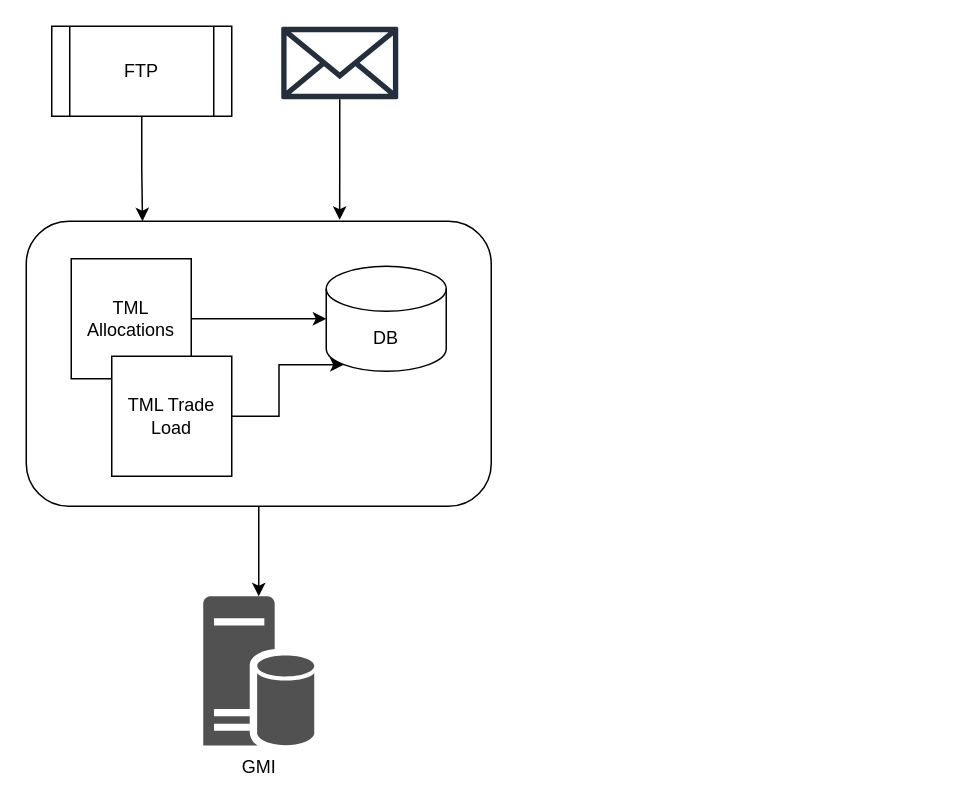
The draw.io diagram FOMiddleOffice.drawio in yalankar/yalankar, before the edit. Source tidied: cells renumbered, new cells numbered last; positions are measured from the earlier drawing's top-left corner, leaving out a move shared by most shapes. Both pictures are drawn from the tidied source at 150%, with x=0, y=0 at pixel (26, 26).
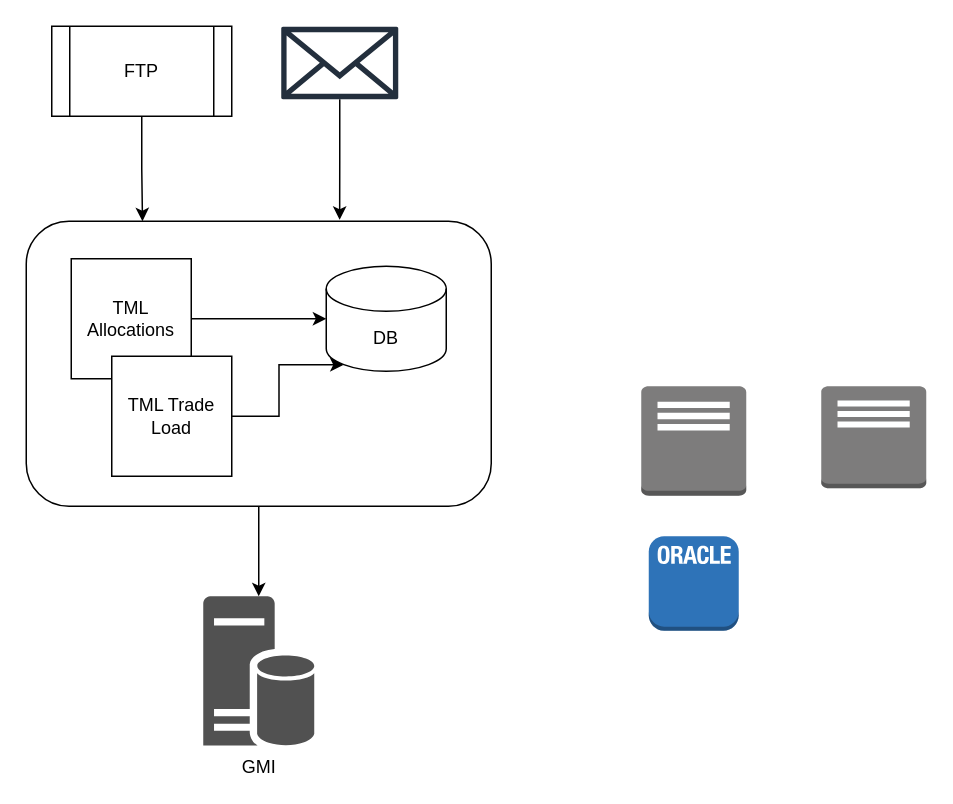
After the change.

The edit, as a diff of the source:
```diff
@@
 <mxGraphModel>
   <root>
     <mxCell id="0" />
     <mxCell id="1" parent="0" />
     <mxCell id="2" style="edgeStyle=orthogonalEdgeStyle;rounded=0;jettySize=auto;html=1;" parent="1" edge="1" source="3" target="13">
       <mxGeometry relative="1" as="geometry" />
     </mxCell>
     <mxCell id="3" style="rounded=1;whiteSpace=wrap;html=1;" parent="1" vertex="1">
       <mxGeometry y="130" width="310" height="190" as="geometry" />
     </mxCell>
     <mxCell id="4" style="edgeStyle=orthogonalEdgeStyle;rounded=0;jettySize=auto;html=1;" parent="1" edge="1" source="5" target="8">
       <mxGeometry relative="1" as="geometry" />
     </mxCell>
     <mxCell id="5" value="TML Allocations" style="whiteSpace=wrap;html=1;" parent="1" vertex="1">
       <mxGeometry x="30" y="155" width="80" height="80" as="geometry" />
     </mxCell>
     <mxCell id="6" style="edgeStyle=orthogonalEdgeStyle;rounded=0;jettySize=auto;html=1;entryX=0.145;entryY=1;entryDx=0;entryDy=-4.35;entryPerimeter=0;" parent="1" edge="1" source="7" target="8">
       <mxGeometry relative="1" as="geometry" />
     </mxCell>
     <mxCell id="7" value="TML Trade Load" style="whiteSpace=wrap;html=1;" parent="1" vertex="1">
       <mxGeometry x="57" y="220" width="80" height="80" as="geometry" />
     </mxCell>
     <mxCell id="8" value="DB" style="shape=cylinder3;whiteSpace=wrap;html=1;boundedLbl=1;backgroundOutline=1;size=15;" parent="1" vertex="1">
       <mxGeometry x="200" y="160" width="80" height="70" as="geometry" />
     </mxCell>
     <mxCell id="9" style="edgeStyle=orthogonalEdgeStyle;rounded=0;jettySize=auto;html=1;entryX=0.25;entryY=0;entryDx=0;entryDy=0;" parent="1" edge="1" source="10" target="3">
       <mxGeometry relative="1" as="geometry" />
     </mxCell>
     <mxCell id="10" value="FTP" style="shape=process;whiteSpace=wrap;html=1;backgroundOutline=1;" parent="1" vertex="1">
       <mxGeometry x="17" width="120" height="60" as="geometry" />
     </mxCell>
     <mxCell id="11" style="edgeStyle=orthogonalEdgeStyle;rounded=0;jettySize=auto;html=1;entryX=0.674;entryY=-0.005;entryDx=0;entryDy=0;entryPerimeter=0;" parent="1" edge="1" source="12" target="3">
       <mxGeometry relative="1" as="geometry" />
     </mxCell>
     <mxCell id="12" style="sketch=0;outlineConnect=0;fontColor=#232F3E;gradientColor=none;fillColor=#232F3D;strokeColor=none;dashed=0;verticalLabelPosition=bottom;verticalAlign=top;align=center;html=1;fontSize=12;fontStyle=0;shape=mxgraph.aws4.email_2;" parent="1" vertex="1">
       <mxGeometry x="170" width="78" height="49" as="geometry" />
     </mxCell>
     <mxCell id="13" value="GMI" style="sketch=0;shadow=0;dashed=0;html=1;strokeColor=none;labelPosition=center;verticalLabelPosition=bottom;verticalAlign=top;align=center;fillColor=#515151;shape=mxgraph.mscae.enterprise.database_server;" parent="1" vertex="1">
       <mxGeometry x="118" y="380" width="74" height="100" as="geometry" />
     </mxCell>
+    <mxCell id="14" style="dashed=0;verticalLabelPosition=bottom;verticalAlign=top;align=center;html=1;shape=mxgraph.aws3.traditional_server;fillColor=#7D7C7C;gradientColor=none;" parent="1" vertex="1">
+      <mxGeometry x="410" y="240" width="70" height="73" as="geometry" />
+    </mxCell>
+    <mxCell id="15" style="dashed=0;verticalLabelPosition=bottom;verticalAlign=top;align=center;html=1;shape=mxgraph.aws3.traditional_server;fillColor=#7D7C7C;gradientColor=none;" parent="1" vertex="1">
+      <mxGeometry x="530" y="240" width="70" height="68" as="geometry" />
+    </mxCell>
+    <mxCell id="16" style="dashed=0;verticalLabelPosition=bottom;verticalAlign=top;align=center;html=1;shape=mxgraph.aws3.oracle_db_instance_2;fillColor=#2E73B8;gradientColor=none;" parent="1" vertex="1">
+      <mxGeometry x="415" y="340" width="60" height="63" as="geometry" />
+    </mxCell>
   </root>
 </mxGraphModel>
```
